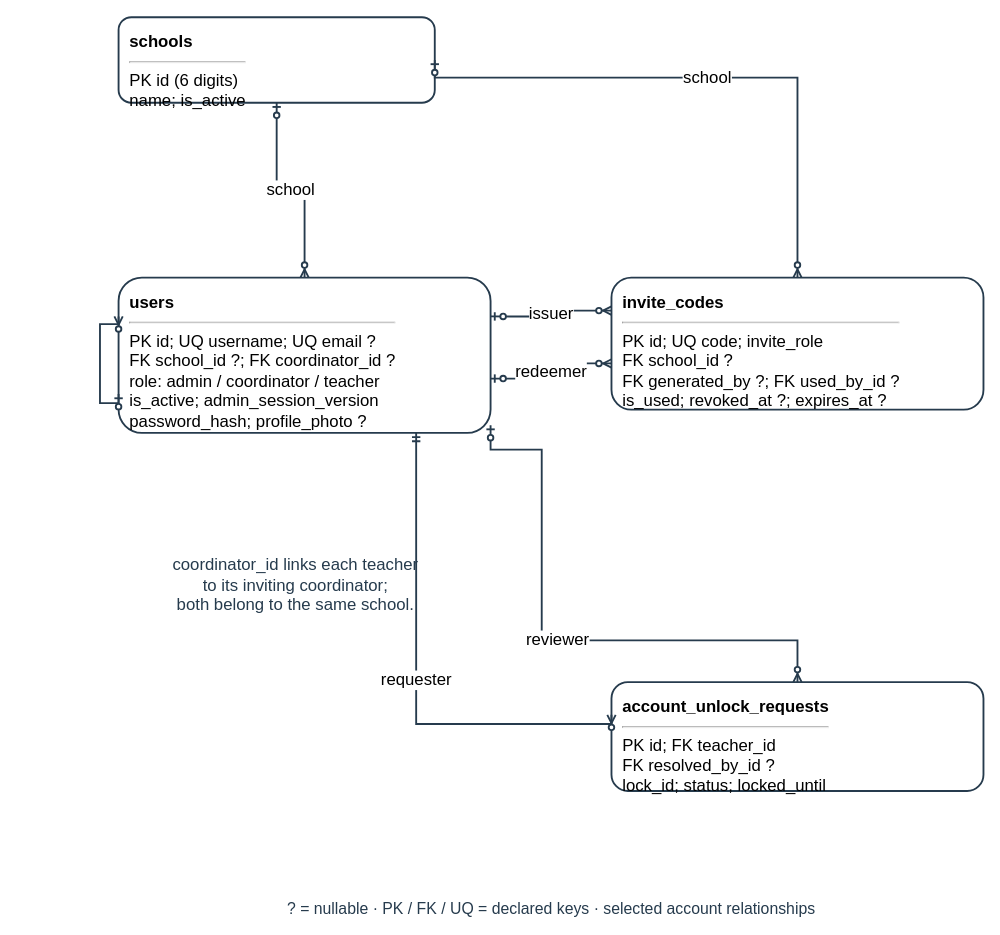
AkuSayangKamuJudaSayang/crl-app keeps this draw.io diagram as docs/diagrams/class-workspaces/figure-26-account-erd.drawio. Above is the earlier version. Source tidied: cells renumbered, new cells numbered last; positions are measured from the earlier drawing's top-left corner, leaving out a move shared by most shapes. Both pictures are drawn from the tidied source at 93%, with x=0, y=0 at pixel (16, 17).
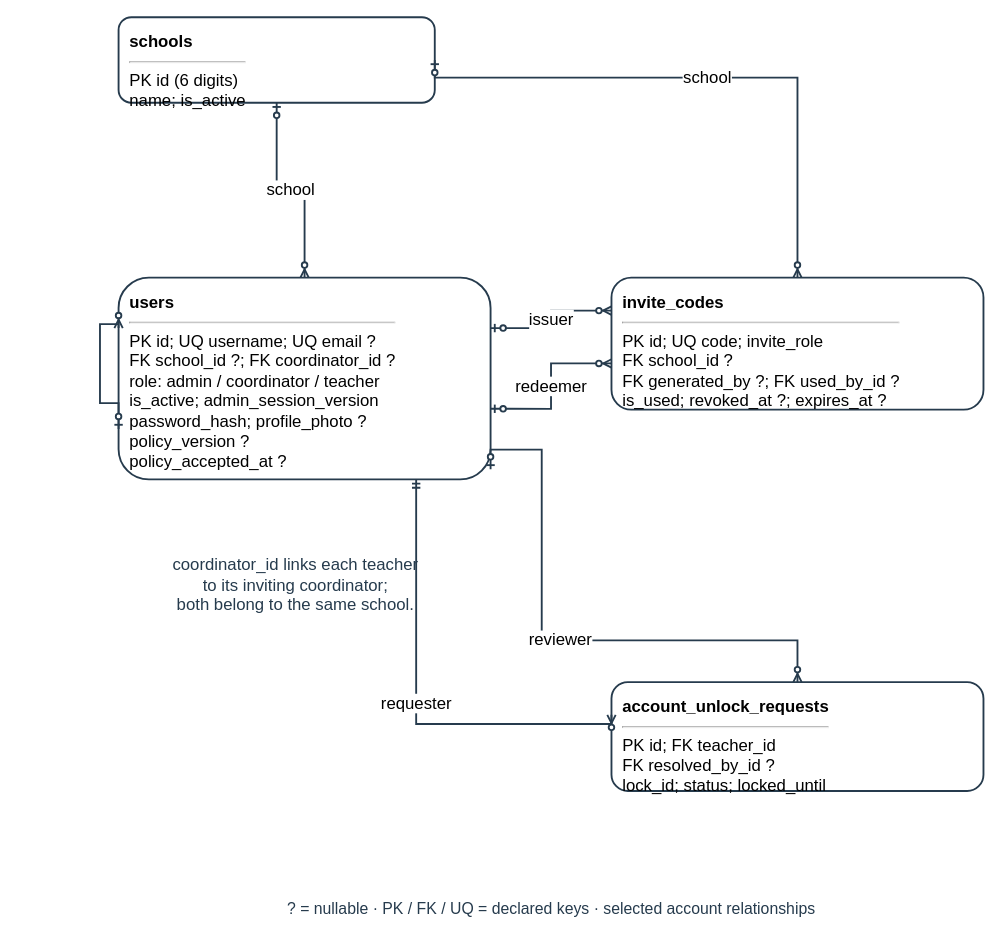
After the change.

What changed in the source:
```diff
@@
-    <mxCell id="5" value="&lt;b&gt;users&lt;/b&gt;&lt;br&gt;&lt;hr&gt;PK id; UQ username; UQ email ?&lt;br&gt;FK school_id ?; FK coordinator_id ?&lt;br&gt;role: admin / coordinator / teacher&lt;br&gt;is_active; admin_session_version&lt;br&gt;password_hash; profile_photo ?" style="rounded=1;html=1;whiteSpace=wrap;fillColor=#ffffff;strokeColor=#263b4d;strokeWidth=2;align=left;verticalAlign=top;spacing=12;fontSize=18;" parent="1" vertex="1">
-      <mxGeometry x="110" y="280" width="400" height="167" as="geometry" />
+    <mxCell id="5" value="&lt;b&gt;users&lt;/b&gt;&lt;br&gt;&lt;hr&gt;PK id; UQ username; UQ email ?&lt;br&gt;FK school_id ?; FK coordinator_id ?&lt;br&gt;role: admin / coordinator / teacher&lt;br&gt;is_active; admin_session_version&lt;br&gt;password_hash; profile_photo ?&lt;br&gt;policy_version ?&lt;br&gt;policy_accepted_at ?" style="rounded=1;html=1;whiteSpace=wrap;fillColor=#ffffff;strokeColor=#263b4d;strokeWidth=2;align=left;verticalAlign=top;spacing=12;fontSize=18;" parent="1" vertex="1">
+      <mxGeometry x="110" y="280" width="400" height="217" as="geometry" />
     </mxCell>
```
